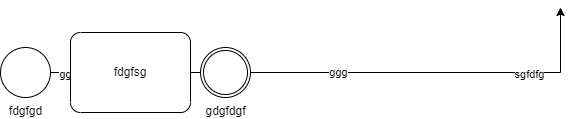
dkorolev13/scraping keeps this draw.io diagram as Untitled Diagram.drawio.png. Above is the earlier version. Source tidied: cells renumbered, new cells last; positions are measured from the earlier drawing's top-left corner, leaving out a move shared by most shapes.
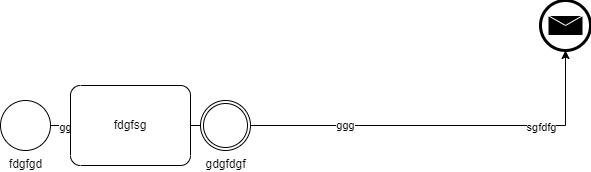
After the change.

The edit, as a diff of the source:
```diff
@@ -2,10 +2,8 @@
   <root>
     <mxCell id="0" />
     <mxCell id="1" parent="0" />
-    <mxCell id="2" value="ggg" style="edgeStyle=orthogonalEdgeStyle;rounded=0;jettySize=auto;html=1;" parent="1" edge="1" source="5">
-      <mxGeometry relative="1" as="geometry">
-        <mxPoint x="560" as="targetPoint" />
-      </mxGeometry>
+    <mxCell id="2" value="ggg" style="edgeStyle=orthogonalEdgeStyle;rounded=0;jettySize=auto;html=1;entryX=0.5;entryY=1;entryDx=0;entryDy=0;entryPerimeter=0;" parent="1" edge="1" source="5" target="8">
+      <mxGeometry relative="1" as="geometry" />
     </mxCell>
     <mxCell id="3" value="sgfdfg" style="edgeLabel;html=1;align=center;verticalAlign=middle;" parent="2" vertex="1">
       <mxGeometry x="0.66" y="-1" relative="1" as="geometry" />
@@ -22,5 +20,8 @@
     <mxCell id="7" value="fdgfsg" style="shape=mxgraph.bpmn.task;whiteSpace=wrap;rectStyle=rounded;size=10;html=1;taskMarker=abstract;" parent="1" vertex="1">
       <mxGeometry x="70" y="25" width="120" height="80" as="geometry" />
     </mxCell>
+    <mxCell id="8" style="points=[[0.145,0.145,0],[0.5,0,0],[0.855,0.145,0],[1,0.5,0],[0.855,0.855,0],[0.5,1,0],[0.145,0.855,0],[0,0.5,0]];shape=mxgraph.bpmn.event;html=1;verticalLabelPosition=bottom;labelBackgroundColor=#ffffff;verticalAlign=top;align=center;perimeter=ellipsePerimeter;outlineConnect=0;outline=end;symbol=message;" parent="1" vertex="1">
+      <mxGeometry x="540" y="-60" width="50" height="50" as="geometry" />
+    </mxCell>
   </root>
 </mxGraphModel>
```
